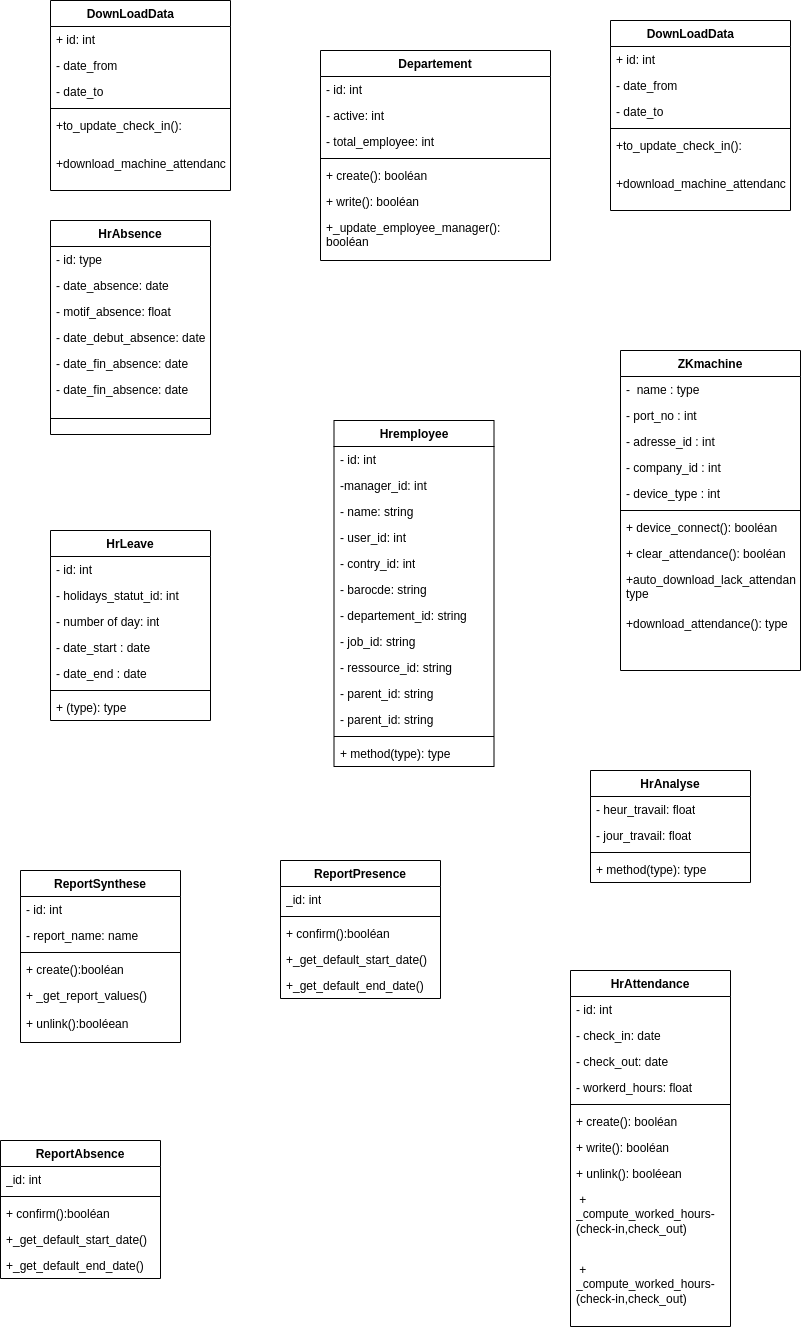
The draw.io diagram static/Diagramme de classe.drawio.png in Siluearsene/borne_biometrique, before a commit. Source tidied: cells renumbered, new cells last; positions are measured from the earlier drawing's top-left corner, leaving out a move shared by most shapes.
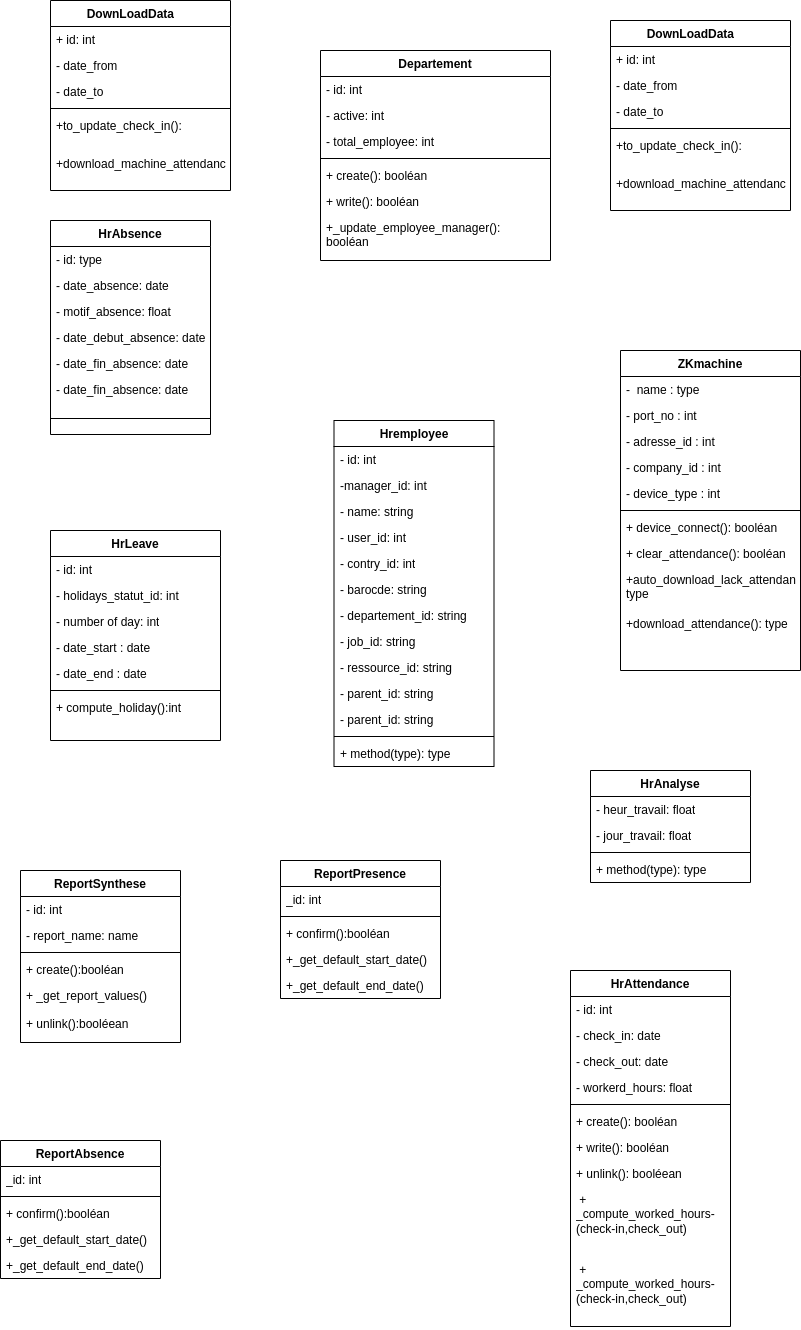
Above is the later version.

Commit message:
Mettre à jour Diagramme de classe.drawio.png

Change to the diagram source:
```diff
@@ -60,28 +60,28 @@
       <mxGeometry y="260" width="180" height="60" as="geometry" />
     </mxCell>
     <mxCell id="21" value="HrLeave" style="swimlane;fontStyle=1;align=center;verticalAlign=top;horizontal=1;startSize=26;whiteSpace=wrap;html=1;" parent="1" vertex="1">
-      <mxGeometry x="50" y="530" width="160" height="190" as="geometry" />
+      <mxGeometry x="50" y="530" width="170" height="210" as="geometry" />
     </mxCell>
     <mxCell id="22" value="- id: int" style="text;strokeColor=none;fillColor=none;align=left;verticalAlign=top;spacingLeft=4;spacingRight=4;overflow=hidden;whiteSpace=wrap;html=1;" parent="21" vertex="1">
-      <mxGeometry y="26" width="160" height="26" as="geometry" />
+      <mxGeometry y="26" width="170" height="26" as="geometry" />
     </mxCell>
     <mxCell id="23" value="- holidays_statut_id: int" style="text;strokeColor=none;fillColor=none;align=left;verticalAlign=top;spacingLeft=4;spacingRight=4;overflow=hidden;whiteSpace=wrap;html=1;" parent="21" vertex="1">
-      <mxGeometry y="52" width="160" height="26" as="geometry" />
+      <mxGeometry y="52" width="170" height="26" as="geometry" />
     </mxCell>
     <mxCell id="24" value="- number of day: int" style="text;strokeColor=none;fillColor=none;align=left;verticalAlign=top;spacingLeft=4;spacingRight=4;overflow=hidden;whiteSpace=wrap;html=1;" parent="21" vertex="1">
-      <mxGeometry y="78" width="160" height="26" as="geometry" />
+      <mxGeometry y="78" width="170" height="26" as="geometry" />
     </mxCell>
     <mxCell id="25" value="- date_start : date" style="text;strokeColor=none;fillColor=none;align=left;verticalAlign=top;spacingLeft=4;spacingRight=4;overflow=hidden;whiteSpace=wrap;html=1;" parent="21" vertex="1">
-      <mxGeometry y="104" width="160" height="26" as="geometry" />
+      <mxGeometry y="104" width="170" height="26" as="geometry" />
     </mxCell>
     <mxCell id="26" value="- date_end : date" style="text;strokeColor=none;fillColor=none;align=left;verticalAlign=top;spacingLeft=4;spacingRight=4;overflow=hidden;whiteSpace=wrap;html=1;" parent="21" vertex="1">
-      <mxGeometry y="130" width="160" height="26" as="geometry" />
+      <mxGeometry y="130" width="170" height="26" as="geometry" />
     </mxCell>
     <mxCell id="27" style="line;strokeWidth=1;fillColor=none;align=left;verticalAlign=middle;spacingTop=-1;spacingLeft=3;spacingRight=3;labelPosition=right;strokeColor=inherit;" parent="21" vertex="1">
-      <mxGeometry y="156" width="160" height="8" as="geometry" />
+      <mxGeometry y="156" width="170" height="8" as="geometry" />
     </mxCell>
-    <mxCell id="28" value="+ (type): type" style="text;strokeColor=none;fillColor=none;align=left;verticalAlign=top;spacingLeft=4;spacingRight=4;overflow=hidden;whiteSpace=wrap;html=1;" parent="21" vertex="1">
-      <mxGeometry y="164" width="160" height="26" as="geometry" />
+    <mxCell id="28" value="+ compute_holiday():int&amp;nbsp;" style="text;strokeColor=none;fillColor=none;align=left;verticalAlign=top;spacingLeft=4;spacingRight=4;overflow=hidden;whiteSpace=wrap;html=1;" parent="21" vertex="1">
+      <mxGeometry y="164" width="170" height="46" as="geometry" />
     </mxCell>
     <mxCell id="29" value="HrAnalyse" style="swimlane;fontStyle=1;align=center;verticalAlign=top;horizontal=1;startSize=26;whiteSpace=wrap;html=1;" parent="1" vertex="1">
       <mxGeometry x="590" y="770" width="160" height="112" as="geometry" />
```
